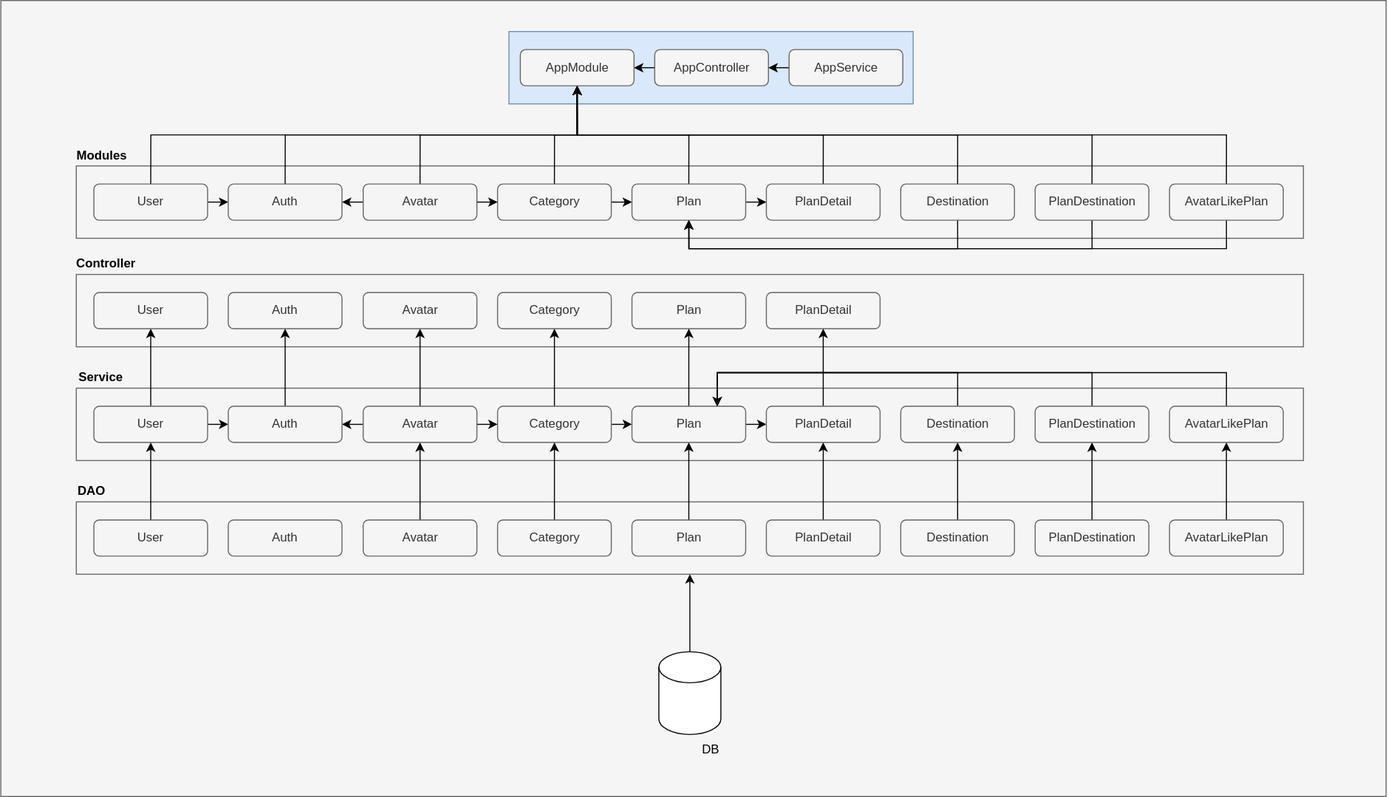
Above: docs/structure.drawio.svg in tripwith-dev/rest-nestjs (draw.io), before the change. Source tidied: cells renumbered, new cells last; positions are measured from the earlier drawing's top-left corner, leaving out a move shared by most shapes.
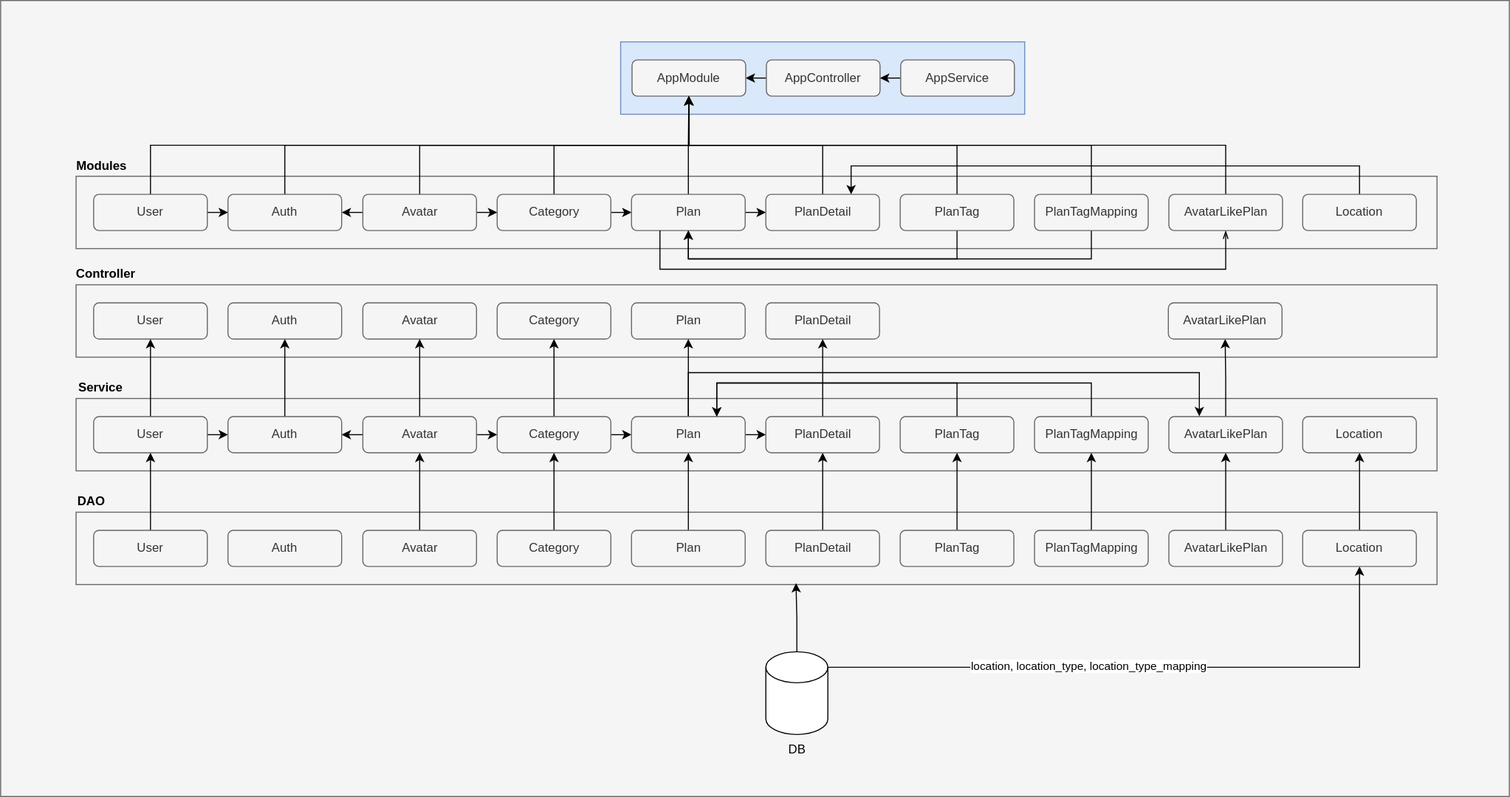
Above is the later version.

What changed in the source:
```diff
@@ -3,19 +3,19 @@
     <mxCell id="0" />
     <mxCell id="1" parent="0" />
     <mxCell id="2" style="rounded=0;whiteSpace=wrap;html=1;fillColor=#f5f5f5;fontColor=#333333;strokeColor=#666666;" parent="1" vertex="1">
-      <mxGeometry width="1340" height="770" as="geometry" />
+      <mxGeometry y="-10" width="1460" height="770" as="geometry" />
     </mxCell>
     <mxCell id="3" style="rounded=0;whiteSpace=wrap;html=1;fillColor=#dae8fc;strokeColor=#6c8ebf;" parent="1" vertex="1">
-      <mxGeometry x="491.5" y="30" width="391" height="70" as="geometry" />
+      <mxGeometry x="600" y="30" width="391" height="70" as="geometry" />
     </mxCell>
     <mxCell id="4" style="rounded=0;whiteSpace=wrap;html=1;fillColor=#f5f5f5;fontColor=#333333;strokeColor=#666666;" parent="1" vertex="1">
-      <mxGeometry x="73" y="160" width="1187" height="70" as="geometry" />
+      <mxGeometry x="73" y="160" width="1317" height="70" as="geometry" />
     </mxCell>
     <mxCell id="5" value="Modules" style="text;html=1;align=center;verticalAlign=middle;whiteSpace=wrap;rounded=0;fontStyle=1;" parent="1" vertex="1">
       <mxGeometry x="68" y="135" width="60" height="30" as="geometry" />
     </mxCell>
     <mxCell id="6" style="rounded=0;whiteSpace=wrap;html=1;fillColor=#f5f5f5;fontColor=#333333;strokeColor=#666666;" parent="1" vertex="1">
-      <mxGeometry x="73" y="265" width="1187" height="70" as="geometry" />
+      <mxGeometry x="73" y="265" width="1317" height="70" as="geometry" />
     </mxCell>
     <mxCell id="7" value="Category" style="rounded=1;whiteSpace=wrap;html=1;fillColor=#f5f5f5;strokeColor=#666666;fontColor=#333333;" parent="1" vertex="1">
       <mxGeometry x="480.5" y="282.5" width="110" height="35" as="geometry" />
@@ -65,19 +65,19 @@
       <mxGeometry relative="1" as="geometry" />
     </mxCell>
     <mxCell id="22" value="AppController" style="rounded=1;whiteSpace=wrap;html=1;fillColor=#f5f5f5;strokeColor=#666666;fontColor=#333333;" parent="1" vertex="1">
-      <mxGeometry x="632.5" y="47.5" width="110" height="35" as="geometry" />
+      <mxGeometry x="741" y="47.5" width="110" height="35" as="geometry" />
     </mxCell>
     <mxCell id="23" value="AppModule" style="rounded=1;whiteSpace=wrap;html=1;fillColor=#f5f5f5;strokeColor=#666666;fontColor=#333333;" parent="1" vertex="1">
-      <mxGeometry x="502.5" y="47.5" width="110" height="35" as="geometry" />
+      <mxGeometry x="611" y="47.5" width="110" height="35" as="geometry" />
     </mxCell>
     <mxCell id="24" style="edgeStyle=orthogonalEdgeStyle;rounded=0;jettySize=auto;html=1;exitX=0;exitY=0.5;exitDx=0;exitDy=0;entryX=1;entryY=0.5;entryDx=0;entryDy=0;" parent="1" edge="1" source="25" target="22">
       <mxGeometry relative="1" as="geometry" />
     </mxCell>
     <mxCell id="25" value="AppService" style="rounded=1;whiteSpace=wrap;html=1;fillColor=#f5f5f5;strokeColor=#666666;fontColor=#333333;" parent="1" vertex="1">
-      <mxGeometry x="762.5" y="47.5" width="110" height="35" as="geometry" />
+      <mxGeometry x="871" y="47.5" width="110" height="35" as="geometry" />
     </mxCell>
     <mxCell id="26" style="rounded=0;whiteSpace=wrap;html=1;fillColor=#f5f5f5;fontColor=#333333;strokeColor=#666666;" parent="1" vertex="1">
-      <mxGeometry x="73" y="375" width="1187" height="70" as="geometry" />
+      <mxGeometry x="73" y="375" width="1317" height="70" as="geometry" />
     </mxCell>
     <mxCell id="27" style="edgeStyle=orthogonalEdgeStyle;rounded=0;jettySize=auto;html=1;exitX=0.5;exitY=0;exitDx=0;exitDy=0;entryX=0.5;entryY=1;entryDx=0;entryDy=0;" parent="1" edge="1" source="29" target="7">
       <mxGeometry relative="1" as="geometry" />
@@ -106,11 +106,19 @@
     <mxCell id="35" style="edgeStyle=orthogonalEdgeStyle;rounded=0;jettySize=auto;html=1;exitX=1;exitY=0.5;exitDx=0;exitDy=0;entryX=0;entryY=0.5;entryDx=0;entryDy=0;" parent="1" edge="1" source="36" target="71">
       <mxGeometry relative="1" as="geometry" />
     </mxCell>
+    <mxCell id="92" style="edgeStyle=orthogonalEdgeStyle;rounded=0;jettySize=auto;html=1;exitX=0.5;exitY=0;exitDx=0;exitDy=0;entryX=0.268;entryY=-0.011;entryDx=0;entryDy=0;entryPerimeter=0;" parent="1" edge="1" source="36" target="79">
+      <mxGeometry relative="1" as="geometry">
+        <Array as="points">
+          <mxPoint x="666" y="350" />
+          <mxPoint x="1160" y="350" />
+        </Array>
+      </mxGeometry>
+    </mxCell>
     <mxCell id="36" value="Plan" style="rounded=1;whiteSpace=wrap;html=1;fillColor=#f5f5f5;strokeColor=#666666;fontColor=#333333;" parent="1" vertex="1">
       <mxGeometry x="610.5" y="392.5" width="110" height="35" as="geometry" />
     </mxCell>
     <mxCell id="37" style="rounded=0;whiteSpace=wrap;html=1;fillColor=#f5f5f5;fontColor=#333333;strokeColor=#666666;" parent="1" vertex="1">
-      <mxGeometry x="73" y="485" width="1187" height="70" as="geometry" />
+      <mxGeometry x="73" y="485" width="1317" height="70" as="geometry" />
     </mxCell>
     <mxCell id="38" style="edgeStyle=orthogonalEdgeStyle;rounded=0;jettySize=auto;html=1;exitX=0.5;exitY=0;exitDx=0;exitDy=0;entryX=0.5;entryY=1;entryDx=0;entryDy=0;" parent="1" edge="1" source="39" target="29">
       <mxGeometry relative="1" as="geometry" />
@@ -133,14 +141,17 @@
     <mxCell id="44" value="Plan" style="rounded=1;whiteSpace=wrap;html=1;fillColor=#f5f5f5;strokeColor=#666666;fontColor=#333333;" parent="1" vertex="1">
       <mxGeometry x="610.5" y="502.5" width="110" height="35" as="geometry" />
     </mxCell>
-    <mxCell id="45" style="edgeStyle=orthogonalEdgeStyle;rounded=0;jettySize=auto;html=1;exitX=0.5;exitY=0;exitDx=0;exitDy=0;exitPerimeter=0;entryX=0.5;entryY=1;entryDx=0;entryDy=0;" parent="1" edge="1" source="46" target="37">
-      <mxGeometry relative="1" as="geometry" />
-    </mxCell>
+    <mxCell id="93" style="edgeStyle=orthogonalEdgeStyle;rounded=0;jettySize=auto;html=1;exitX=1;exitY=0;exitDx=0;exitDy=15;exitPerimeter=0;entryX=0.5;entryY=1;entryDx=0;entryDy=0;" parent="1" edge="1" source="46" target="100">
+      <mxGeometry relative="1" as="geometry" />
+    </mxCell>
+    <mxCell id="94" value="location, location_type, location_type_mapping" style="edgeLabel;html=1;align=center;verticalAlign=middle;" parent="93" vertex="1">
+      <mxGeometry x="-0.18" y="2" relative="1" as="geometry" />
+    </mxCell>
     <mxCell id="46" style="shape=cylinder3;whiteSpace=wrap;html=1;boundedLbl=1;backgroundOutline=1;size=15;" parent="1" vertex="1">
-      <mxGeometry x="636.5" y="630" width="60" height="80" as="geometry" />
+      <mxGeometry x="740.5" y="620" width="60" height="80" as="geometry" />
     </mxCell>
     <mxCell id="47" value="DB" style="text;html=1;align=center;verticalAlign=middle;whiteSpace=wrap;rounded=0;" parent="1" vertex="1">
-      <mxGeometry x="657" y="710" width="60" height="30" as="geometry" />
+      <mxGeometry x="740.5" y="700" width="60" height="30" as="geometry" />
     </mxCell>
     <mxCell id="48" style="edgeStyle=orthogonalEdgeStyle;rounded=0;jettySize=auto;html=1;exitX=0.5;exitY=0;exitDx=0;exitDy=0;entryX=0.5;entryY=1;entryDx=0;entryDy=0;" parent="1" edge="1" source="49" target="23">
       <mxGeometry relative="1" as="geometry" />
@@ -159,7 +170,7 @@
         </Array>
       </mxGeometry>
     </mxCell>
-    <mxCell id="52" value="Destination" style="rounded=1;whiteSpace=wrap;html=1;fillColor=#f5f5f5;strokeColor=#666666;fontColor=#333333;" parent="1" vertex="1">
+    <mxCell id="52" value="PlanTag" style="rounded=1;whiteSpace=wrap;html=1;fillColor=#f5f5f5;strokeColor=#666666;fontColor=#333333;" parent="1" vertex="1">
       <mxGeometry x="870.5" y="177.5" width="110" height="35" as="geometry" />
     </mxCell>
     <mxCell id="53" style="edgeStyle=orthogonalEdgeStyle;rounded=0;jettySize=auto;html=1;exitX=0.5;exitY=0;exitDx=0;exitDy=0;entryX=0.5;entryY=1;entryDx=0;entryDy=0;" parent="1" edge="1" source="55" target="23">
@@ -173,17 +184,17 @@
         </Array>
       </mxGeometry>
     </mxCell>
-    <mxCell id="55" value="PlanDestination" style="rounded=1;whiteSpace=wrap;html=1;fillColor=#f5f5f5;strokeColor=#666666;fontColor=#333333;" parent="1" vertex="1">
+    <mxCell id="55" value="PlanTagMapping" style="rounded=1;whiteSpace=wrap;html=1;fillColor=#f5f5f5;strokeColor=#666666;fontColor=#333333;" parent="1" vertex="1">
       <mxGeometry x="1000.5" y="177.5" width="110" height="35" as="geometry" />
     </mxCell>
     <mxCell id="56" style="edgeStyle=orthogonalEdgeStyle;rounded=0;jettySize=auto;html=1;exitX=0.5;exitY=0;exitDx=0;exitDy=0;entryX=0.5;entryY=1;entryDx=0;entryDy=0;" parent="1" edge="1" source="58" target="23">
       <mxGeometry relative="1" as="geometry" />
     </mxCell>
-    <mxCell id="57" style="edgeStyle=orthogonalEdgeStyle;rounded=0;jettySize=auto;html=1;exitX=0.5;exitY=1;exitDx=0;exitDy=0;entryX=0.5;entryY=1;entryDx=0;entryDy=0;" parent="1" edge="1" source="58" target="20">
+    <mxCell id="57" style="edgeStyle=orthogonalEdgeStyle;rounded=0;jettySize=auto;html=1;exitX=0.5;exitY=1;exitDx=0;exitDy=0;entryX=0.25;entryY=1;entryDx=0;entryDy=0;startArrow=openThin;startFill=0;endArrow=none;" parent="1" edge="1" source="58" target="20">
       <mxGeometry relative="1" as="geometry">
         <Array as="points">
-          <mxPoint x="1185.5" y="240" />
-          <mxPoint x="665.5" y="240" />
+          <mxPoint x="1185" y="250" />
+          <mxPoint x="638" y="250" />
         </Array>
       </mxGeometry>
     </mxCell>
@@ -243,23 +254,18 @@
         </Array>
       </mxGeometry>
     </mxCell>
-    <mxCell id="75" value="PlanDestination" style="rounded=1;whiteSpace=wrap;html=1;fillColor=#f5f5f5;strokeColor=#666666;fontColor=#333333;" parent="1" vertex="1">
+    <mxCell id="75" value="PlanTagMapping" style="rounded=1;whiteSpace=wrap;html=1;fillColor=#f5f5f5;strokeColor=#666666;fontColor=#333333;" parent="1" vertex="1">
       <mxGeometry x="1000.5" y="392.5" width="110" height="35" as="geometry" />
     </mxCell>
     <mxCell id="76" style="edgeStyle=orthogonalEdgeStyle;rounded=0;jettySize=auto;html=1;exitX=0.5;exitY=0;exitDx=0;exitDy=0;entryX=0.5;entryY=1;entryDx=0;entryDy=0;" parent="1" edge="1" source="77" target="75">
       <mxGeometry relative="1" as="geometry" />
     </mxCell>
-    <mxCell id="77" value="PlanDestination" style="rounded=1;whiteSpace=wrap;html=1;fillColor=#f5f5f5;strokeColor=#666666;fontColor=#333333;" parent="1" vertex="1">
+    <mxCell id="77" value="PlanTagMapping" style="rounded=1;whiteSpace=wrap;html=1;fillColor=#f5f5f5;strokeColor=#666666;fontColor=#333333;" parent="1" vertex="1">
       <mxGeometry x="1000.5" y="502.5" width="110" height="35" as="geometry" />
     </mxCell>
-    <mxCell id="78" style="edgeStyle=orthogonalEdgeStyle;rounded=0;jettySize=auto;html=1;exitX=0.5;exitY=0;exitDx=0;exitDy=0;entryX=0.75;entryY=0;entryDx=0;entryDy=0;" parent="1" edge="1" source="79" target="36">
-      <mxGeometry relative="1" as="geometry">
-        <Array as="points">
-          <mxPoint x="1185.5" y="360" />
-          <mxPoint x="693.5" y="360" />
-        </Array>
-      </mxGeometry>
-    </mxCell>
+    <mxCell id="95" style="edgeStyle=orthogonalEdgeStyle;rounded=0;jettySize=auto;html=1;exitX=0.5;exitY=0;exitDx=0;exitDy=0;entryX=0.5;entryY=1;entryDx=0;entryDy=0;" parent="1" edge="1" source="79" target="98">
+      <mxGeometry relative="1" as="geometry" />
+    </mxCell>
     <mxCell id="79" value="AvatarLikePlan" style="rounded=1;whiteSpace=wrap;html=1;fillColor=#f5f5f5;strokeColor=#666666;fontColor=#333333;" parent="1" vertex="1">
       <mxGeometry x="1130.5" y="392.5" width="110" height="35" as="geometry" />
     </mxCell>
@@ -277,13 +283,13 @@
         </Array>
       </mxGeometry>
     </mxCell>
-    <mxCell id="83" value="Destination" style="rounded=1;whiteSpace=wrap;html=1;fillColor=#f5f5f5;strokeColor=#666666;fontColor=#333333;" parent="1" vertex="1">
+    <mxCell id="83" value="PlanTag" style="rounded=1;whiteSpace=wrap;html=1;fillColor=#f5f5f5;strokeColor=#666666;fontColor=#333333;" parent="1" vertex="1">
       <mxGeometry x="870.5" y="392.5" width="110" height="35" as="geometry" />
     </mxCell>
     <mxCell id="84" style="edgeStyle=orthogonalEdgeStyle;rounded=0;jettySize=auto;html=1;exitX=0.5;exitY=0;exitDx=0;exitDy=0;entryX=0.5;entryY=1;entryDx=0;entryDy=0;" parent="1" edge="1" source="85" target="83">
       <mxGeometry relative="1" as="geometry" />
     </mxCell>
-    <mxCell id="85" value="Destination" style="rounded=1;whiteSpace=wrap;html=1;fillColor=#f5f5f5;strokeColor=#666666;fontColor=#333333;" parent="1" vertex="1">
+    <mxCell id="85" value="PlanTag" style="rounded=1;whiteSpace=wrap;html=1;fillColor=#f5f5f5;strokeColor=#666666;fontColor=#333333;" parent="1" vertex="1">
       <mxGeometry x="870.5" y="502.5" width="110" height="35" as="geometry" />
     </mxCell>
     <mxCell id="86" style="edgeStyle=orthogonalEdgeStyle;rounded=0;jettySize=auto;html=1;exitX=0.5;exitY=0;exitDx=0;exitDy=0;entryX=0.5;entryY=1;entryDx=0;entryDy=0;" parent="1" edge="1" source="87" target="23">
@@ -304,5 +310,31 @@
     <mxCell id="91" value="Auth" style="rounded=1;whiteSpace=wrap;html=1;fillColor=#f5f5f5;strokeColor=#666666;fontColor=#333333;" parent="1" vertex="1">
       <mxGeometry x="220" y="502.5" width="110" height="35" as="geometry" />
     </mxCell>
+    <mxCell id="96" style="edgeStyle=orthogonalEdgeStyle;rounded=0;jettySize=auto;html=1;exitX=0.5;exitY=0;exitDx=0;exitDy=0;entryX=0.75;entryY=0;entryDx=0;entryDy=0;" parent="1" edge="1" source="97" target="49">
+      <mxGeometry relative="1" as="geometry">
+        <Array as="points">
+          <mxPoint x="1315" y="150" />
+          <mxPoint x="823" y="150" />
+        </Array>
+      </mxGeometry>
+    </mxCell>
+    <mxCell id="97" value="Location" style="rounded=1;whiteSpace=wrap;html=1;fillColor=#f5f5f5;strokeColor=#666666;fontColor=#333333;" parent="1" vertex="1">
+      <mxGeometry x="1260" y="177.5" width="110" height="35" as="geometry" />
+    </mxCell>
+    <mxCell id="98" value="AvatarLikePlan" style="rounded=1;whiteSpace=wrap;html=1;fillColor=#f5f5f5;strokeColor=#666666;fontColor=#333333;" parent="1" vertex="1">
+      <mxGeometry x="1130" y="282.5" width="110" height="35" as="geometry" />
+    </mxCell>
+    <mxCell id="99" style="edgeStyle=orthogonalEdgeStyle;rounded=0;jettySize=auto;html=1;exitX=0.5;exitY=0;exitDx=0;exitDy=0;entryX=0.5;entryY=1;entryDx=0;entryDy=0;" parent="1" edge="1" source="100" target="101">
+      <mxGeometry relative="1" as="geometry" />
+    </mxCell>
+    <mxCell id="100" value="Location" style="rounded=1;whiteSpace=wrap;html=1;fillColor=#f5f5f5;strokeColor=#666666;fontColor=#333333;" parent="1" vertex="1">
+      <mxGeometry x="1260" y="502.5" width="110" height="35" as="geometry" />
+    </mxCell>
+    <mxCell id="101" value="Location" style="rounded=1;whiteSpace=wrap;html=1;fillColor=#f5f5f5;strokeColor=#666666;fontColor=#333333;" parent="1" vertex="1">
+      <mxGeometry x="1260" y="392.5" width="110" height="35" as="geometry" />
+    </mxCell>
+    <mxCell id="45" style="edgeStyle=orthogonalEdgeStyle;rounded=0;jettySize=auto;html=1;exitX=0.5;exitY=0;exitDx=0;exitDy=0;exitPerimeter=0;entryX=0.529;entryY=0.981;entryDx=0;entryDy=0;entryPerimeter=0;" parent="1" edge="1" source="46" target="37">
+      <mxGeometry relative="1" as="geometry" />
+    </mxCell>
   </root>
 </mxGraphModel>
```
